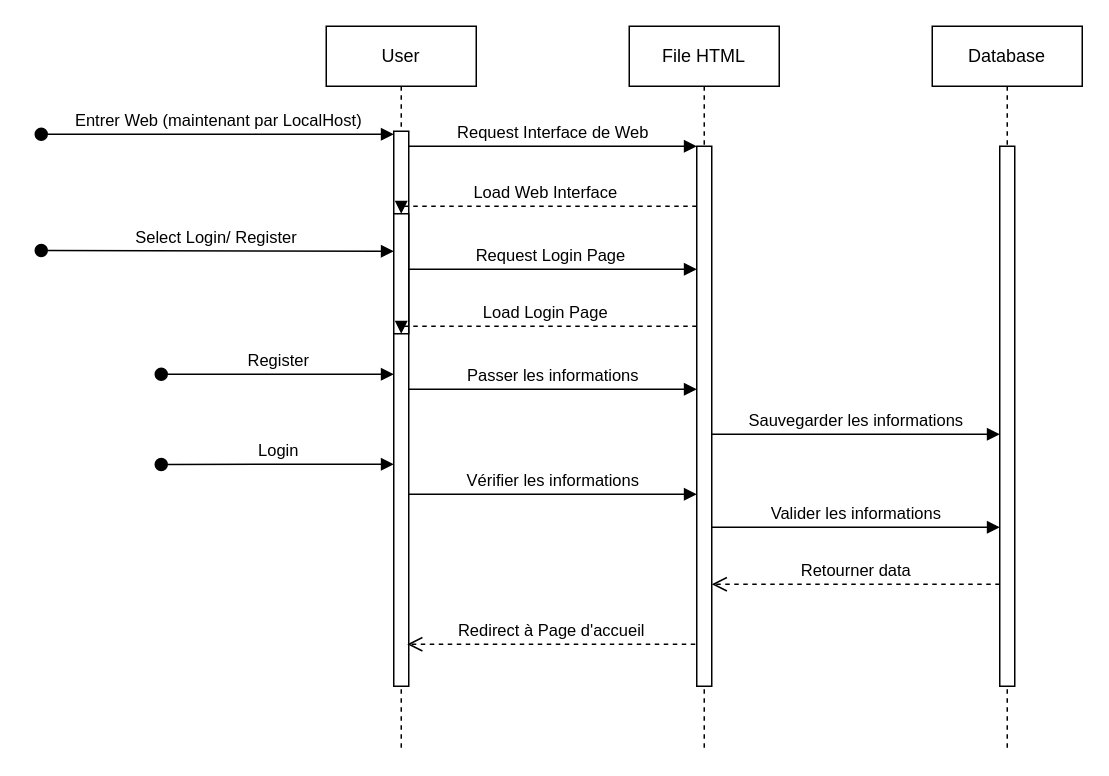
The draw.io diagram dev_app.drawio in zung31/zung31, before the edit. Source tidied: cells renumbered, new cells numbered last; positions are measured from the earlier drawing's top-left corner, leaving out a move shared by most shapes. Both pictures are drawn from the tidied source at 150%, with x=0, y=0 at pixel (40, 26).
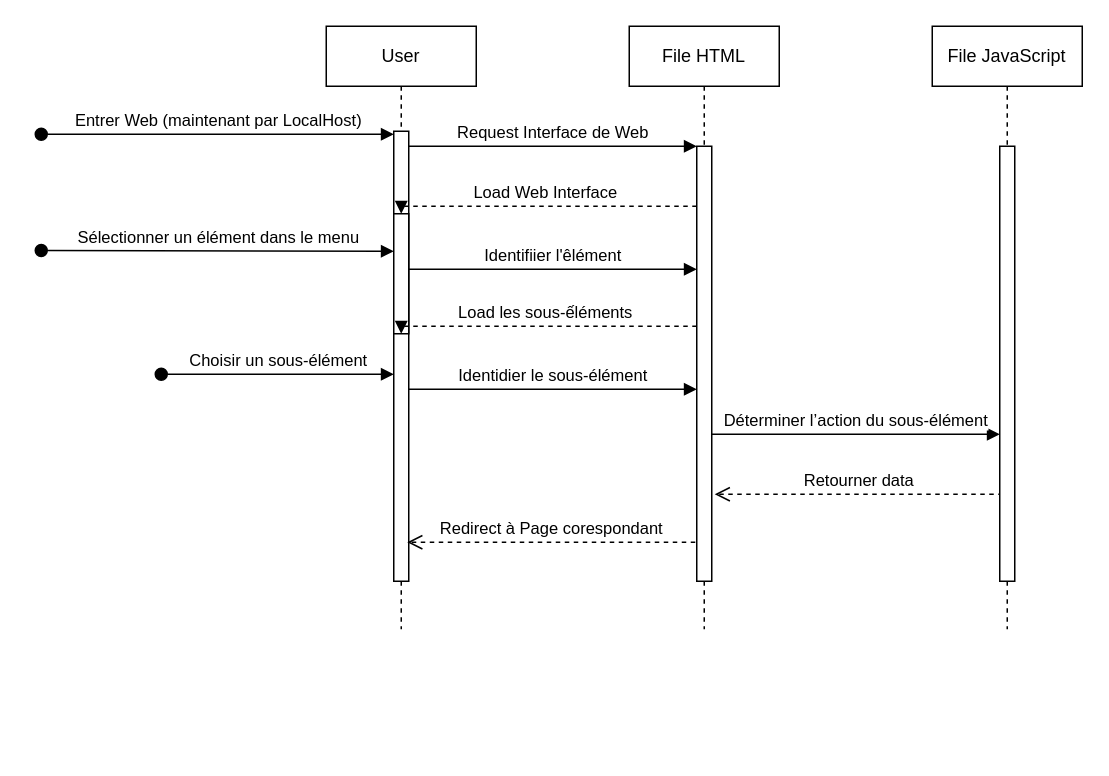
After the change.

The change refers to these unchanged cells:
```xml
<mxCell id="5" style="html=1;points=[];perimeter=orthogonalPerimeter;outlineConnect=0;targetShapes=umlLifeline;portConstraint=eastwest;newEdgeStyle={&quot;edgeStyle&quot;:&quot;elbowEdgeStyle&quot;,&quot;elbow&quot;:&quot;vertical&quot;,&quot;curved&quot;:0,&quot;rounded&quot;:0};" parent="2" vertex="1">
  <mxGeometry x="45" y="125" width="10" height="80" as="geometry" />
</mxCell>
```

Change to the diagram source:
```diff
@@
     <mxCell id="2" value="User" style="shape=umlLifeline;perimeter=lifelinePerimeter;whiteSpace=wrap;html=1;newEdgeStyle={&quot;edgeStyle&quot;:&quot;elbowEdgeStyle&quot;,&quot;elbow&quot;:&quot;vertical&quot;,&quot;curved&quot;:0,&quot;rounded&quot;:0};" parent="1" vertex="1">
-      <mxGeometry x="190" width="100" height="482" as="geometry" />
+      <mxGeometry x="190" width="100" height="402" as="geometry" />
     </mxCell>
     <mxCell id="3" style="html=1;points=[];perimeter=orthogonalPerimeter;outlineConnect=0;targetShapes=umlLifeline;portConstraint=eastwest;newEdgeStyle={&quot;edgeStyle&quot;:&quot;elbowEdgeStyle&quot;,&quot;elbow&quot;:&quot;vertical&quot;,&quot;curved&quot;:0,&quot;rounded&quot;:0};" parent="2" vertex="1">
-      <mxGeometry x="45" y="70" width="10" height="370" as="geometry" />
+      <mxGeometry x="45" y="70" width="10" height="300" as="geometry" />
     </mxCell>
@@
     <mxCell id="6" value="File HTML" style="shape=umlLifeline;perimeter=lifelinePerimeter;whiteSpace=wrap;html=1;newEdgeStyle={&quot;edgeStyle&quot;:&quot;elbowEdgeStyle&quot;,&quot;elbow&quot;:&quot;vertical&quot;,&quot;curved&quot;:0,&quot;rounded&quot;:0};" parent="1" vertex="1">
-      <mxGeometry x="392" width="100" height="482" as="geometry" />
+      <mxGeometry x="392" width="100" height="402" as="geometry" />
     </mxCell>
     <mxCell id="7" style="html=1;points=[];perimeter=orthogonalPerimeter;outlineConnect=0;targetShapes=umlLifeline;portConstraint=eastwest;newEdgeStyle={&quot;edgeStyle&quot;:&quot;elbowEdgeStyle&quot;,&quot;elbow&quot;:&quot;vertical&quot;,&quot;curved&quot;:0,&quot;rounded&quot;:0};" parent="6" vertex="1">
-      <mxGeometry x="45" y="80" width="10" height="360" as="geometry" />
+      <mxGeometry x="45" y="80" width="10" height="290" as="geometry" />
     </mxCell>
@@
     <mxCell id="9" value="Retourner data" style="html=1;verticalAlign=bottom;endArrow=open;dashed=1;endSize=8;edgeStyle=elbowEdgeStyle;elbow=vertical;curved=0;rounded=0;" parent="1" edge="1">
       <mxGeometry relative="1" as="geometry">
-        <mxPoint x="639" y="372" as="sourcePoint" />
-        <mxPoint x="447" y="372" as="targetPoint" />
+        <mxPoint x="641" y="312" as="sourcePoint" />
+        <mxPoint x="449" y="312" as="targetPoint" />
         <Array as="points">
-          <mxPoint x="564" y="372" />
+          <mxPoint x="566" y="312" />
         </Array>
       </mxGeometry>
     </mxCell>
@@
-    <mxCell id="11" value="Database" style="shape=umlLifeline;perimeter=lifelinePerimeter;whiteSpace=wrap;html=1;newEdgeStyle={&quot;edgeStyle&quot;:&quot;elbowEdgeStyle&quot;,&quot;elbow&quot;:&quot;vertical&quot;,&quot;curved&quot;:0,&quot;rounded&quot;:0};" parent="1" vertex="1">
-      <mxGeometry x="594" width="100" height="482" as="geometry" />
+    <mxCell id="11" value="File JavaScript" style="shape=umlLifeline;perimeter=lifelinePerimeter;whiteSpace=wrap;html=1;newEdgeStyle={&quot;edgeStyle&quot;:&quot;elbowEdgeStyle&quot;,&quot;elbow&quot;:&quot;vertical&quot;,&quot;curved&quot;:0,&quot;rounded&quot;:0};" parent="1" vertex="1">
+      <mxGeometry x="594" width="100" height="402" as="geometry" />
     </mxCell>
     <mxCell id="12" style="html=1;perimeter=orthogonalPerimeter;targetShapes=umlLifeline;newEdgeStyle={&quot;edgeStyle&quot;:&quot;elbowEdgeStyle&quot;,&quot;elbow&quot;:&quot;vertical&quot;,&quot;curved&quot;:0,&quot;rounded&quot;:0};" parent="11" vertex="1">
-      <mxGeometry x="45" y="80" width="10" height="360" as="geometry" />
+      <mxGeometry x="45" y="80" width="10" height="290" as="geometry" />
     </mxCell>
-    <mxCell id="13" value="Select Login/ Register&amp;nbsp;" style="html=1;verticalAlign=bottom;startArrow=oval;endArrow=block;startSize=8;edgeStyle=elbowEdgeStyle;elbow=vertical;curved=0;rounded=0;" parent="1" edge="1">
+    <mxCell id="13" value="Sélectionner un élément dans le menu" style="html=1;verticalAlign=bottom;startArrow=oval;endArrow=block;startSize=8;edgeStyle=elbowEdgeStyle;elbow=vertical;curved=0;rounded=0;" parent="1" edge="1">
       <mxGeometry relative="1" as="geometry">
         <mxPoint y="149.5" as="sourcePoint" />
         <mxPoint x="235" y="149.5" as="targetPoint" />
       </mxGeometry>
     </mxCell>
-    <mxCell id="14" value="Request Login Page&amp;nbsp;" style="html=1;verticalAlign=bottom;endArrow=block;edgeStyle=elbowEdgeStyle;elbow=vertical;curved=0;rounded=0;" parent="1" edge="1" source="5" target="7">
+    <mxCell id="14" value="Identifiier l'êlément" style="html=1;verticalAlign=bottom;endArrow=block;edgeStyle=elbowEdgeStyle;elbow=vertical;curved=0;rounded=0;" parent="1" edge="1" source="5" target="7">
       <mxGeometry relative="1" as="geometry">
         <Array as="points">
           <mxPoint x="357" y="162" />
         </Array>
       </mxGeometry>
     </mxCell>
-    <mxCell id="15" value="Load Login Page" style="html=1;verticalAlign=bottom;endArrow=block;edgeStyle=elbowEdgeStyle;elbow=vertical;curved=0;rounded=0;dashed=1;" parent="1" edge="1">
+    <mxCell id="15" value="Load les sous-ếléments" style="html=1;verticalAlign=bottom;endArrow=block;edgeStyle=elbowEdgeStyle;elbow=vertical;curved=0;rounded=0;dashed=1;" parent="1" edge="1">
       <mxGeometry relative="1" as="geometry">
         <mxPoint x="437" y="200" as="sourcePoint" />
         <mxPoint x="240" y="205" as="targetPoint" />
         <Array as="points">
           <mxPoint x="362" y="200" />
         </Array>
       </mxGeometry>
     </mxCell>
-    <mxCell id="16" value="Register" style="html=1;verticalAlign=bottom;startArrow=oval;endArrow=block;startSize=8;edgeStyle=elbowEdgeStyle;elbow=vertical;curved=0;rounded=0;" parent="1" edge="1">
+    <mxCell id="16" value="Choisir un sous-élément" style="html=1;verticalAlign=bottom;startArrow=oval;endArrow=block;startSize=8;edgeStyle=elbowEdgeStyle;elbow=vertical;curved=0;rounded=0;" parent="1" edge="1">
       <mxGeometry relative="1" as="geometry">
         <mxPoint x="80" y="232" as="sourcePoint" />
         <mxPoint x="235" y="232" as="targetPoint" />
       </mxGeometry>
     </mxCell>
-    <mxCell id="17" value="Passer les informations" style="html=1;verticalAlign=bottom;endArrow=block;edgeStyle=elbowEdgeStyle;elbow=vertical;curved=0;rounded=0;" parent="1" edge="1">
+    <mxCell id="17" value="Identidier le sous-élément" style="html=1;verticalAlign=bottom;endArrow=block;edgeStyle=elbowEdgeStyle;elbow=vertical;curved=0;rounded=0;" parent="1" edge="1">
       <mxGeometry relative="1" as="geometry">
         <mxPoint x="245" y="242" as="sourcePoint" />
         <mxPoint x="437" y="242" as="targetPoint" />
         <Array as="points">
           <mxPoint x="357" y="242" />
         </Array>
       </mxGeometry>
     </mxCell>
-    <mxCell id="18" value="Sauvegarder les informations" style="html=1;verticalAlign=bottom;endArrow=block;edgeStyle=elbowEdgeStyle;elbow=vertical;curved=0;rounded=0;" parent="1" edge="1">
+    <mxCell id="18" value="Déterminer l’action du sous-élément" style="html=1;verticalAlign=bottom;endArrow=block;edgeStyle=elbowEdgeStyle;elbow=vertical;curved=0;rounded=0;" parent="1" edge="1">
       <mxGeometry relative="1" as="geometry">
         <mxPoint x="447" y="272" as="sourcePoint" />
         <mxPoint x="639" y="272" as="targetPoint" />
         <Array as="points">
           <mxPoint x="559" y="272" />
         </Array>
       </mxGeometry>
     </mxCell>
-    <mxCell id="19" value="Login" style="html=1;verticalAlign=bottom;startArrow=oval;endArrow=block;startSize=8;edgeStyle=elbowEdgeStyle;elbow=vertical;curved=0;rounded=0;" parent="1" edge="1">
-      <mxGeometry relative="1" as="geometry">
-        <mxPoint x="80" y="292.1" as="sourcePoint" />
-        <mxPoint x="235" y="292.1" as="targetPoint" />
-      </mxGeometry>
-    </mxCell>
-    <mxCell id="20" value="Vérifier les informations" style="html=1;verticalAlign=bottom;endArrow=block;edgeStyle=elbowEdgeStyle;elbow=vertical;curved=0;rounded=0;" parent="1" edge="1">
-      <mxGeometry relative="1" as="geometry">
-        <mxPoint x="245" y="312" as="sourcePoint" />
-        <mxPoint x="437" y="312" as="targetPoint" />
-        <Array as="points">
-          <mxPoint x="357" y="312" />
-        </Array>
-      </mxGeometry>
-    </mxCell>
-    <mxCell id="21" value="Valider les informations" style="html=1;verticalAlign=bottom;endArrow=block;edgeStyle=elbowEdgeStyle;elbow=vertical;curved=0;rounded=0;" parent="1" edge="1">
-      <mxGeometry relative="1" as="geometry">
-        <mxPoint x="447" y="334" as="sourcePoint" />
-        <mxPoint x="639" y="334" as="targetPoint" />
-        <Array as="points">
-          <mxPoint x="559" y="334" />
-        </Array>
-      </mxGeometry>
-    </mxCell>
-    <mxCell id="22" value="Redirect à Page d'accueil" style="html=1;verticalAlign=bottom;endArrow=open;dashed=1;endSize=8;edgeStyle=elbowEdgeStyle;elbow=vertical;curved=0;rounded=0;" parent="1" edge="1">
+    <mxCell id="22" value="Redirect à Page corespondant" style="html=1;verticalAlign=bottom;endArrow=open;dashed=1;endSize=8;edgeStyle=elbowEdgeStyle;elbow=vertical;curved=0;rounded=0;" parent="1" edge="1">
       <mxGeometry relative="1" as="geometry">
-        <mxPoint x="436" y="412" as="sourcePoint" />
-        <mxPoint x="244" y="412" as="targetPoint" />
+        <mxPoint x="436" y="344" as="sourcePoint" />
+        <mxPoint x="244" y="344" as="targetPoint" />
         <Array as="points">
-          <mxPoint x="361" y="412" />
+          <mxPoint x="361" y="344" />
         </Array>
       </mxGeometry>
     </mxCell>
```
